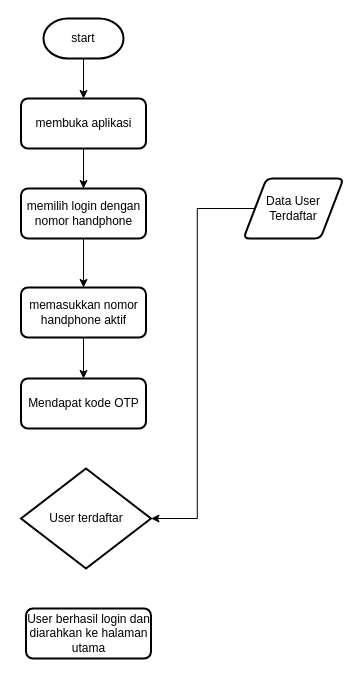
rukadabra/test keeps this draw.io diagram as page "Page-9" (9 of 9) of Untitled Diagram.drawio. Above is the earlier version. Source tidied: cells renumbered, new cells numbered last; positions are measured from the earlier drawing's top-left corner, leaving out a move shared by most shapes. Both pictures are drawn from the tidied source at 100%, with x=0, y=0 at pixel (21, 18).
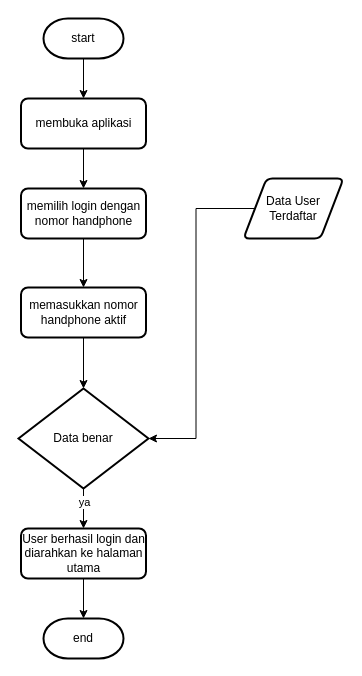
Above is the later version.

Diff of the diagram source:
```diff
@@
 <mxGraphModel>
   <root>
     <mxCell id="0" />
     <mxCell id="1" parent="0" />
     <mxCell id="2" style="edgeStyle=orthogonalEdgeStyle;rounded=0;jettySize=auto;html=1;entryX=0.5;entryY=0;entryDx=0;entryDy=0;" parent="1" edge="1" source="3" target="5">
       <mxGeometry relative="1" as="geometry" />
     </mxCell>
     <mxCell id="3" value="start" style="strokeWidth=2;html=1;shape=mxgraph.flowchart.terminator;whiteSpace=wrap;" parent="1" vertex="1">
       <mxGeometry x="22" width="80" height="40" as="geometry" />
     </mxCell>
     <mxCell id="4" style="edgeStyle=orthogonalEdgeStyle;rounded=0;jettySize=auto;html=1;entryX=0.5;entryY=0;entryDx=0;entryDy=0;" parent="1" edge="1" source="5" target="7">
       <mxGeometry relative="1" as="geometry" />
     </mxCell>
     <mxCell id="5" value="membuka aplikasi" style="rounded=1;whiteSpace=wrap;html=1;absoluteArcSize=1;arcSize=14;strokeWidth=2;" parent="1" vertex="1">
       <mxGeometry x="-0.5" y="80" width="125" height="50" as="geometry" />
     </mxCell>
     <mxCell id="6" style="edgeStyle=orthogonalEdgeStyle;rounded=0;jettySize=auto;html=1;entryX=0.5;entryY=0;entryDx=0;entryDy=0;" parent="1" edge="1" source="7" target="9">
       <mxGeometry relative="1" as="geometry" />
     </mxCell>
     <mxCell id="7" value="memilih login dengan nomor handphone" style="rounded=1;whiteSpace=wrap;html=1;absoluteArcSize=1;arcSize=14;strokeWidth=2;" parent="1" vertex="1">
       <mxGeometry x="-0.5" y="170" width="125" height="50" as="geometry" />
     </mxCell>
-    <mxCell id="8" style="edgeStyle=orthogonalEdgeStyle;rounded=0;jettySize=auto;html=1;entryX=0.5;entryY=0;entryDx=0;entryDy=0;" parent="1" edge="1" source="9" target="11">
+    <mxCell id="8" style="edgeStyle=orthogonalEdgeStyle;rounded=0;jettySize=auto;html=1;entryX=0.5;entryY=0;entryDx=0;entryDy=0;entryPerimeter=0;" parent="1" edge="1" source="9" target="10">
       <mxGeometry relative="1" as="geometry" />
     </mxCell>
     <mxCell id="9" value="memasukkan nomor handphone aktif" style="rounded=1;whiteSpace=wrap;html=1;absoluteArcSize=1;arcSize=14;strokeWidth=2;" parent="1" vertex="1">
       <mxGeometry x="-0.5" y="269" width="125" height="50" as="geometry" />
     </mxCell>
+    <mxCell id="15" style="edgeStyle=orthogonalEdgeStyle;rounded=0;jettySize=auto;html=1;entryX=0.5;entryY=0;entryDx=0;entryDy=0;" parent="1" edge="1" source="10" target="14">
+      <mxGeometry relative="1" as="geometry" />
+    </mxCell>
+    <mxCell id="16" value="ya" style="edgeLabel;html=1;align=center;verticalAlign=middle;" parent="15" vertex="1">
+      <mxGeometry x="-0.33" relative="1" as="geometry" />
+    </mxCell>
-    <mxCell id="10" value="User terdaftar" style="strokeWidth=2;html=1;shape=mxgraph.flowchart.decision;whiteSpace=wrap;" parent="1" vertex="1">
-      <mxGeometry x="-0.5" y="450" width="130" height="100" as="geometry" />
+    <mxCell id="10" value="Data benar" style="strokeWidth=2;html=1;shape=mxgraph.flowchart.decision;whiteSpace=wrap;" parent="1" vertex="1">
+      <mxGeometry x="-3" y="370" width="130" height="100" as="geometry" />
     </mxCell>
-    <mxCell id="11" value="Mendapat kode OTP" style="rounded=1;whiteSpace=wrap;html=1;absoluteArcSize=1;arcSize=14;strokeWidth=2;" parent="1" vertex="1">
-      <mxGeometry x="-0.5" y="360" width="125" height="50" as="geometry" />
-    </mxCell>
     <mxCell id="12" style="edgeStyle=orthogonalEdgeStyle;rounded=0;jettySize=auto;html=1;entryX=1;entryY=0.5;entryDx=0;entryDy=0;entryPerimeter=0;" parent="1" edge="1" source="13" target="10">
       <mxGeometry relative="1" as="geometry" />
     </mxCell>
     <mxCell id="13" value="Data User Terdaftar" style="shape=parallelogram;html=1;strokeWidth=2;perimeter=parallelogramPerimeter;whiteSpace=wrap;rounded=1;arcSize=12;size=0.23;" parent="1" vertex="1">
       <mxGeometry x="222" y="160" width="100" height="60" as="geometry" />
     </mxCell>
+    <mxCell id="17" style="edgeStyle=orthogonalEdgeStyle;rounded=0;jettySize=auto;html=1;entryX=0.5;entryY=0;entryDx=0;entryDy=0;entryPerimeter=0;" parent="1" edge="1" source="14" target="18">
+      <mxGeometry relative="1" as="geometry" />
+    </mxCell>
     <mxCell id="14" value="User berhasil login dan diarahkan ke halaman utama" style="rounded=1;whiteSpace=wrap;html=1;absoluteArcSize=1;arcSize=14;strokeWidth=2;" parent="1" vertex="1">
-      <mxGeometry x="4.5" y="590" width="125" height="50" as="geometry" />
+      <mxGeometry x="-0.5" y="510" width="125" height="50" as="geometry" />
     </mxCell>
+    <mxCell id="18" value="end" style="strokeWidth=2;html=1;shape=mxgraph.flowchart.terminator;whiteSpace=wrap;" parent="1" vertex="1">
+      <mxGeometry x="22" y="600" width="80" height="40" as="geometry" />
+    </mxCell>
   </root>
 </mxGraphModel>
```
